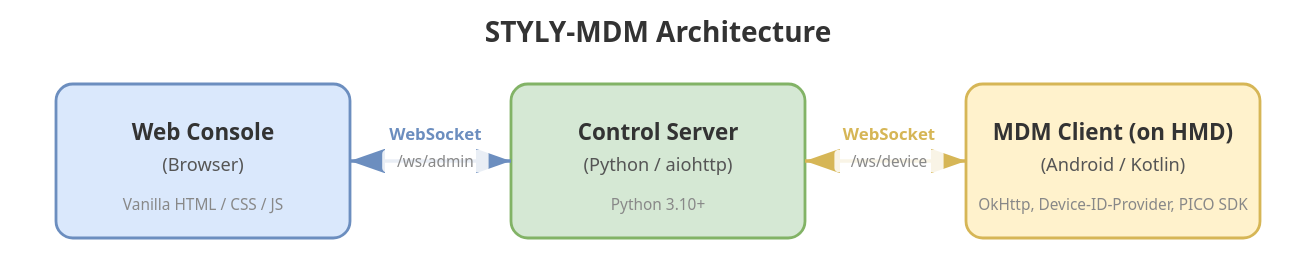
Above: docs/architecture.drawio.svg in styly-dev/STYLY-MDM (draw.io), before the change. Source tidied: cells renumbered, new cells last; positions are measured from the earlier drawing's top-left corner, leaving out a move shared by most shapes.
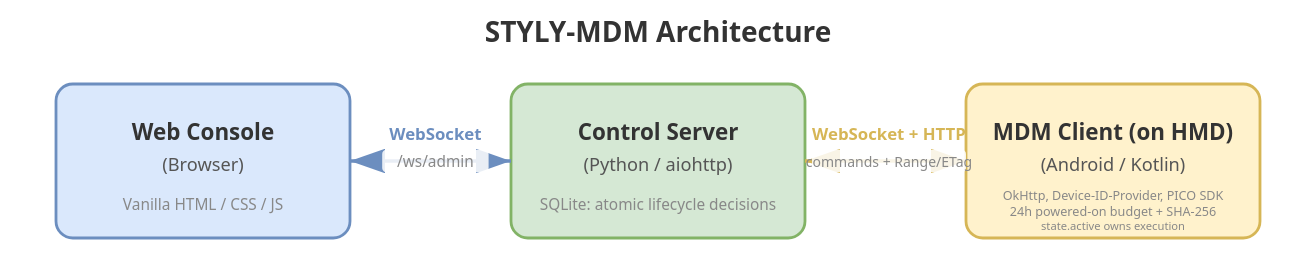
After the commit.

Change to the diagram source:
```diff
@@ -17,8 +17,8 @@
     <mxCell id="6" value="&lt;b&gt;Control Server&lt;/b&gt;&lt;br&gt;(Python / aiohttp)" style="text;html=1;align=center;verticalAlign=middle;" parent="1" vertex="1">
       <mxGeometry x="365" y="85" width="130" height="50" as="geometry" />
     </mxCell>
-    <mxCell id="7" value="Python 3.10+" style="text;html=1;align=center;verticalAlign=middle;fontColor=#666666;fontSize=10;" parent="1" vertex="1">
-      <mxGeometry x="370" y="135" width="120" height="20" as="geometry" />
+    <mxCell id="7" value="SQLite: atomic lifecycle decisions" style="text;html=1;align=center;verticalAlign=middle;fontColor=#666666;fontSize=10;" parent="1" vertex="1">
+      <mxGeometry x="350" y="135" width="160" height="20" as="geometry" />
     </mxCell>
     <mxCell id="8" style="rounded=1;whiteSpace=wrap;html=1;fillColor=#fff2cc;strokeColor=#d6b656;arcSize=10;" parent="1" vertex="1">
       <mxGeometry x="660" y="60" width="200" height="100" as="geometry" />
@@ -26,7 +26,7 @@
     <mxCell id="9" value="&lt;b&gt;MDM Client (on HMD)&lt;/b&gt;&lt;br&gt;(Android / Kotlin)" style="text;html=1;align=center;verticalAlign=middle;" parent="1" vertex="1">
       <mxGeometry x="700" y="85" width="120" height="50" as="geometry" />
     </mxCell>
-    <mxCell id="10" value="OkHttp, Device-ID-Provider, PICO SDK" style="text;html=1;align=center;verticalAlign=middle;fontColor=#666666;fontSize=10;" parent="1" vertex="1">
+    <mxCell id="10" value="OkHttp, PICO SDK; resumable SHA-256; 24h powered-on budget; durable apply gate" style="text;html=1;align=center;verticalAlign=middle;fontColor=#666666;fontSize=10;" parent="1" vertex="1">
       <mxGeometry x="665" y="135" width="190" height="20" as="geometry" />
     </mxCell>
     <mxCell id="11" style="edgeStyle=orthogonalEdgeStyle;rounded=0;jettySize=auto;containsPoints=1;endArrow=block;endFill=1;startArrow=block;startFill=1;strokeWidth=2;strokeColor=#6c8ebf;" parent="1" edge="1" source="2" target="5">
@@ -38,7 +38,7 @@
     <mxCell id="13" style="edgeStyle=orthogonalEdgeStyle;rounded=0;jettySize=auto;containsPoints=1;endArrow=block;endFill=1;startArrow=block;startFill=1;strokeWidth=2;strokeColor=#d6b656;" parent="1" edge="1" source="5" target="8">
       <mxGeometry relative="1" as="geometry" />
     </mxCell>
-    <mxCell id="14" value="WebSocket&lt;br&gt;&lt;font style=&quot;font-size:10px&quot;&gt;/ws/device&lt;/font&gt;" style="edgeLabel;html=1;align=center;verticalAlign=middle;" parent="13" vertex="1">
+    <mxCell id="14" value="WebSocket + HTTP&lt;br&gt;&lt;font style=&quot;font-size:10px&quot;&gt;commands + Range/ETag&lt;/font&gt;" style="edgeLabel;html=1;align=center;verticalAlign=middle;" parent="13" vertex="1">
       <mxGeometry x="-0.1" relative="1" as="geometry" />
     </mxCell>
     <mxCell id="15" value="&lt;font style=&quot;font-size:16px&quot;&gt;&lt;b&gt;STYLY-MDM Architecture&lt;/b&gt;&lt;/font&gt;" style="text;html=1;align=center;verticalAlign=middle;" parent="1" vertex="1">
```
